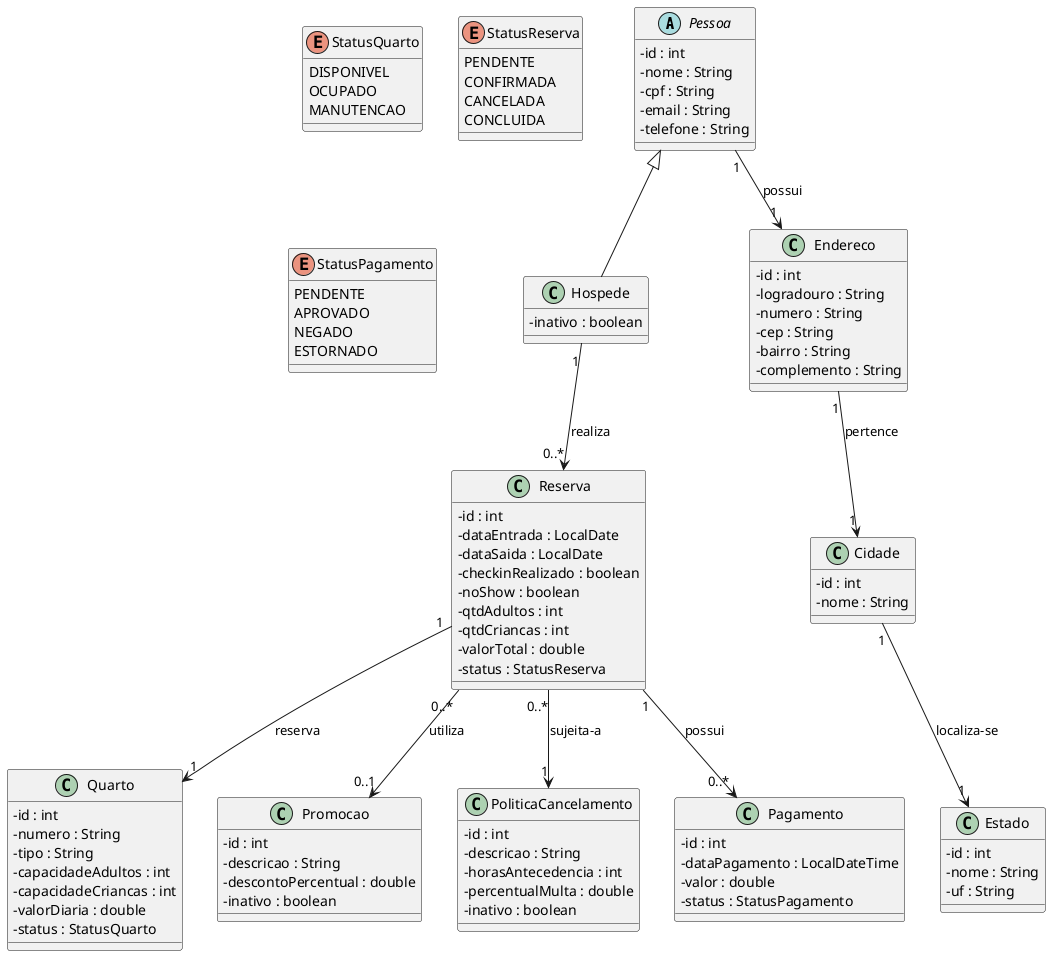
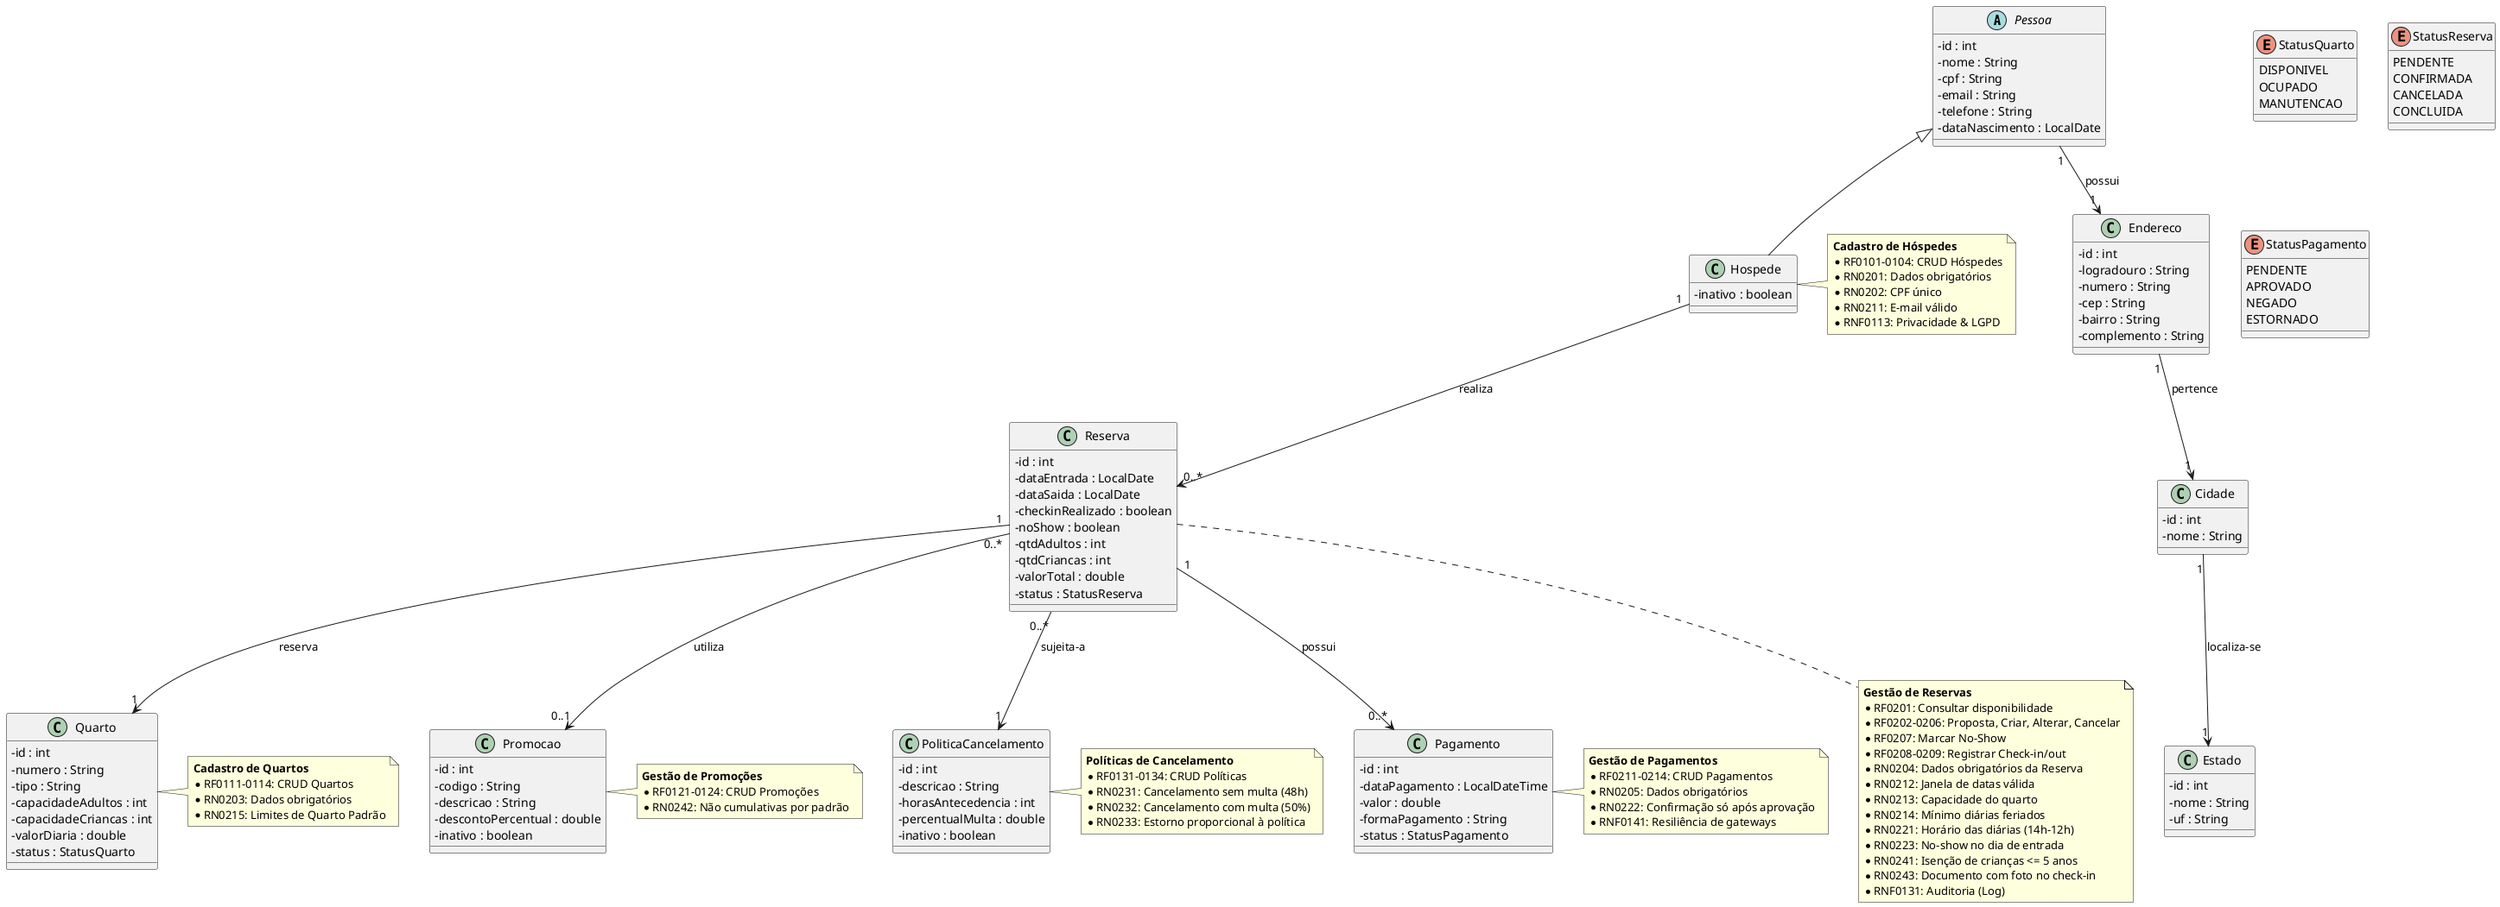
@startuml
skinparam classAttributeIconSize 0

abstract class Pessoa {
  - id : int
  - nome : String
  - cpf : String
  - email : String
  - telefone : String
+   - dataNascimento : LocalDate
}

class Hospede {
  - inativo : boolean
}

class Endereco {
  - id : int
  - logradouro : String
  - numero : String
  - cep : String
  - bairro : String
  - complemento : String
}

class Cidade {
  - id : int
  - nome : String
}

class Estado {
  - id : int
  - nome : String
  - uf : String
}

class Quarto {
  - id : int
  - numero : String
  - tipo : String
  - capacidadeAdultos : int
  - capacidadeCriancas : int
  - valorDiaria : double
  - status : StatusQuarto
}

enum StatusQuarto {
  DISPONIVEL
  OCUPADO
  MANUTENCAO
}

class Reserva {
  - id : int
  - dataEntrada : LocalDate
  - dataSaida : LocalDate
  - checkinRealizado : boolean
  - noShow : boolean
  - qtdAdultos : int
  - qtdCriancas : int
  - valorTotal : double
  - status : StatusReserva
}

enum StatusReserva {
  PENDENTE
  CONFIRMADA
  CANCELADA
  CONCLUIDA
}

class Promocao {
  - id : int
+   - codigo : String
  - descricao : String
  - descontoPercentual : double
  - inativo : boolean
}

class PoliticaCancelamento {
  - id : int
  - descricao : String
  - horasAntecedencia : int
  - percentualMulta : double
  - inativo : boolean
}

class Pagamento {
  - id : int
  - dataPagamento : LocalDateTime
  - valor : double
+   - formaPagamento : String
  - status : StatusPagamento
}

enum StatusPagamento {
  PENDENTE
  APROVADO
  NEGADO
  ESTORNADO
}

Pessoa <|-- Hospede
Pessoa "1" --> "1" Endereco : possui
Endereco "1" --> "1" Cidade : pertence
Cidade "1" --> "1" Estado : localiza-se

Hospede "1" --> "0..*" Reserva : realiza
Reserva "1" --> "1" Quarto : reserva
Reserva "0..*" --> "0..1" Promocao : utiliza
Reserva "0..*" --> "1" PoliticaCancelamento : sujeita-a
Reserva "1" --> "0..*" Pagamento : possui

+ note right of Hospede
+   **Cadastro de Hóspedes**
+   * RF0101-0104: CRUD Hóspedes
+   * RN0201: Dados obrigatórios
+   * RN0202: CPF único
+   * RN0211: E-mail válido
+   * RNF0113: Privacidade & LGPD
+ end note
+ 
+ note right of Quarto
+   **Cadastro de Quartos**
+   * RF0111-0114: CRUD Quartos
+   * RN0203: Dados obrigatórios
+   * RN0215: Limites de Quarto Padrão
+ end note
+ 
+ note bottom of Reserva
+   **Gestão de Reservas**
+   * RF0201: Consultar disponibilidade
+   * RF0202-0206: Proposta, Criar, Alterar, Cancelar
+   * RF0207: Marcar No-Show
+   * RF0208-0209: Registrar Check-in/out
+   * RN0204: Dados obrigatórios da Reserva
+   * RN0212: Janela de datas válida
+   * RN0213: Capacidade do quarto
+   * RN0214: Mínimo diárias feriados
+   * RN0221: Horário das diárias (14h-12h)
+   * RN0223: No-show no dia de entrada
+   * RN0241: Isenção de crianças <= 5 anos
+   * RN0243: Documento com foto no check-in
+   * RNF0131: Auditoria (Log)
+ end note
+ 
+ note right of Promocao
+   **Gestão de Promoções**
+   * RF0121-0124: CRUD Promoções
+   * RN0242: Não cumulativas por padrão
+ end note
+ 
+ note right of PoliticaCancelamento
+   **Políticas de Cancelamento**
+   * RF0131-0134: CRUD Políticas
+   * RN0231: Cancelamento sem multa (48h)
+   * RN0232: Cancelamento com multa (50%)
+   * RN0233: Estorno proporcional à política
+ end note
+ 
+ note right of Pagamento
+   **Gestão de Pagamentos**
+   * RF0211-0214: CRUD Pagamentos
+   * RN0205: Dados obrigatórios
+   * RN0222: Confirmação só após aprovação
+   * RNF0141: Resiliência de gateways
+ end note
+ 
@enduml